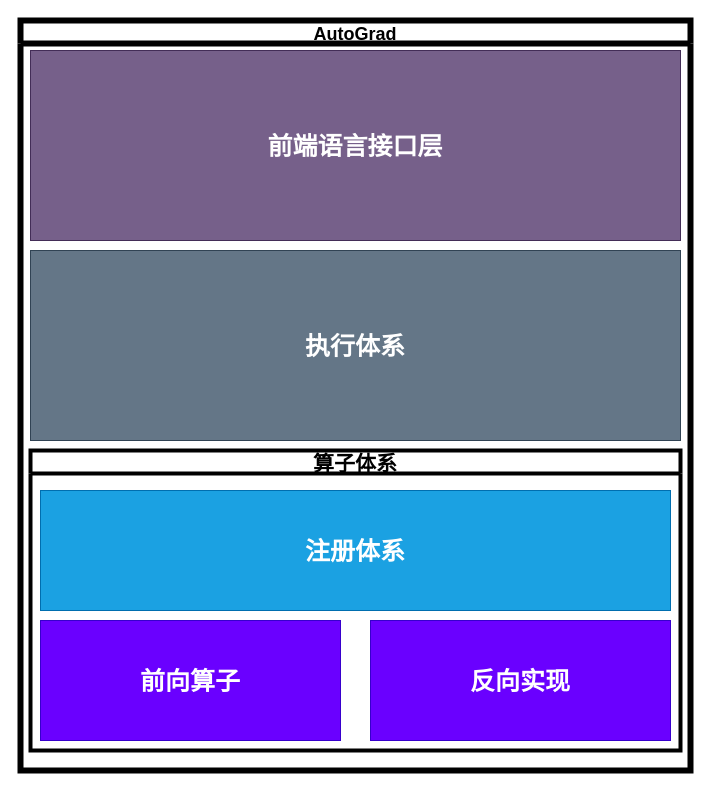
The draw.io diagram autograd.drawio in JiabinYang/Doc, before the edit. Source tidied: cells renumbered, new cells numbered last; positions are measured from the earlier drawing's top-left corner, leaving out a move shared by most shapes. Both pictures are drawn from the tidied source at 100%, with x=0, y=0 at pixel (20, 20).
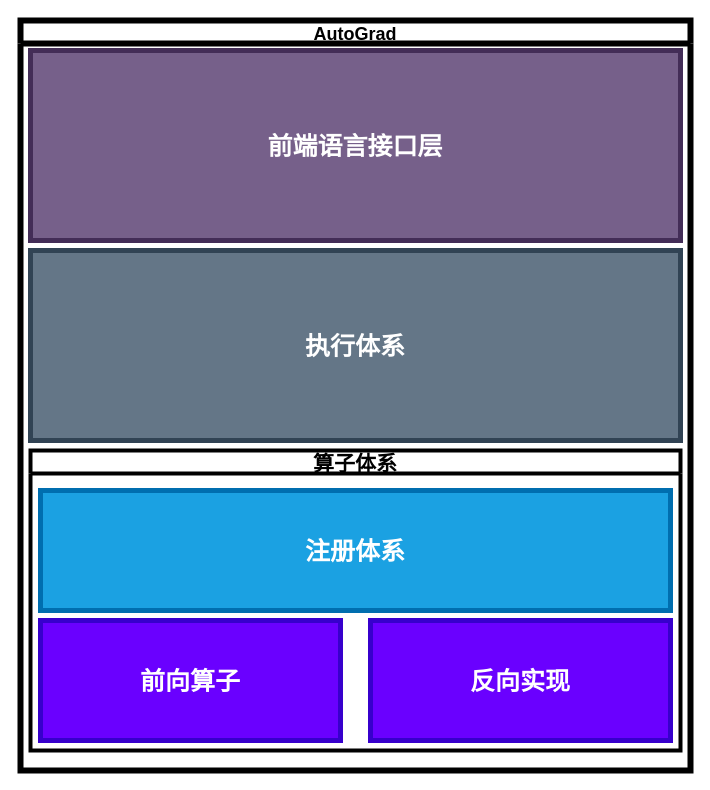
Above is the later version.

What changed in the source:
```diff
@@
 <mxGraphModel>
   <root>
     <mxCell id="0" />
     <mxCell id="1" parent="0" />
     <mxCell id="2" value="AutoGrad" style="swimlane;startSize=23;fontSize=18;strokeWidth=6;" parent="1" vertex="1">
       <mxGeometry width="670" height="750" as="geometry" />
     </mxCell>
-    <mxCell id="3" value="前向算子" style="rounded=0;whiteSpace=wrap;html=1;fontSize=25;fontStyle=1;fillColor=#6a00ff;fontColor=#ffffff;strokeColor=#3700CC;" parent="2" vertex="1">
+    <mxCell id="3" value="前向算子" style="rounded=0;whiteSpace=wrap;html=1;fontSize=25;fontStyle=1;fillColor=#6a00ff;fontColor=#ffffff;strokeColor=#3700CC;strokeWidth=5;" parent="2" vertex="1">
       <mxGeometry x="20" y="600" width="300" height="120" as="geometry" />
     </mxCell>
-    <mxCell id="4" value="执行体系" style="rounded=0;whiteSpace=wrap;html=1;fontSize=25;fontStyle=1;fillColor=#647687;fontColor=#ffffff;strokeColor=#314354;" parent="2" vertex="1">
+    <mxCell id="4" value="执行体系" style="rounded=0;whiteSpace=wrap;html=1;fontSize=25;fontStyle=1;fillColor=#647687;fontColor=#ffffff;strokeColor=#314354;strokeWidth=5;" parent="2" vertex="1">
       <mxGeometry x="10" y="230" width="650" height="190" as="geometry" />
     </mxCell>
-    <mxCell id="5" value="前端语言接口层" style="rounded=0;whiteSpace=wrap;html=1;fontSize=25;fontStyle=1;fillColor=#76608a;fontColor=#ffffff;strokeColor=#432D57;" parent="2" vertex="1">
+    <mxCell id="5" value="前端语言接口层" style="rounded=0;whiteSpace=wrap;html=1;fontSize=25;fontStyle=1;fillColor=#76608a;fontColor=#ffffff;strokeColor=#432D57;strokeWidth=5;" parent="2" vertex="1">
       <mxGeometry x="10" y="30" width="650" height="190" as="geometry" />
     </mxCell>
     <mxCell id="6" value="算子体系" style="swimlane;fontSize=21;strokeWidth=4;" parent="2" vertex="1">
       <mxGeometry x="10" y="430" width="650" height="300" as="geometry" />
     </mxCell>
-    <mxCell id="7" value="反向实现" style="rounded=0;whiteSpace=wrap;html=1;fontSize=25;fontStyle=1;fillColor=#6a00ff;fontColor=#ffffff;strokeColor=#3700CC;" parent="6" vertex="1">
+    <mxCell id="7" value="反向实现" style="rounded=0;whiteSpace=wrap;html=1;fontSize=25;fontStyle=1;fillColor=#6a00ff;fontColor=#ffffff;strokeColor=#3700CC;strokeWidth=5;" parent="6" vertex="1">
       <mxGeometry x="340" y="170" width="300" height="120" as="geometry" />
     </mxCell>
-    <mxCell id="8" value="注册体系" style="rounded=0;whiteSpace=wrap;html=1;fontSize=25;fontStyle=1;fillColor=#1ba1e2;fontColor=#ffffff;strokeColor=#006EAF;" parent="6" vertex="1">
+    <mxCell id="8" value="注册体系" style="rounded=0;whiteSpace=wrap;html=1;fontSize=25;fontStyle=1;fillColor=#1ba1e2;fontColor=#ffffff;strokeColor=#006EAF;strokeWidth=5;" parent="6" vertex="1">
       <mxGeometry x="10" y="40" width="630" height="120" as="geometry" />
     </mxCell>
   </root>
 </mxGraphModel>
```
